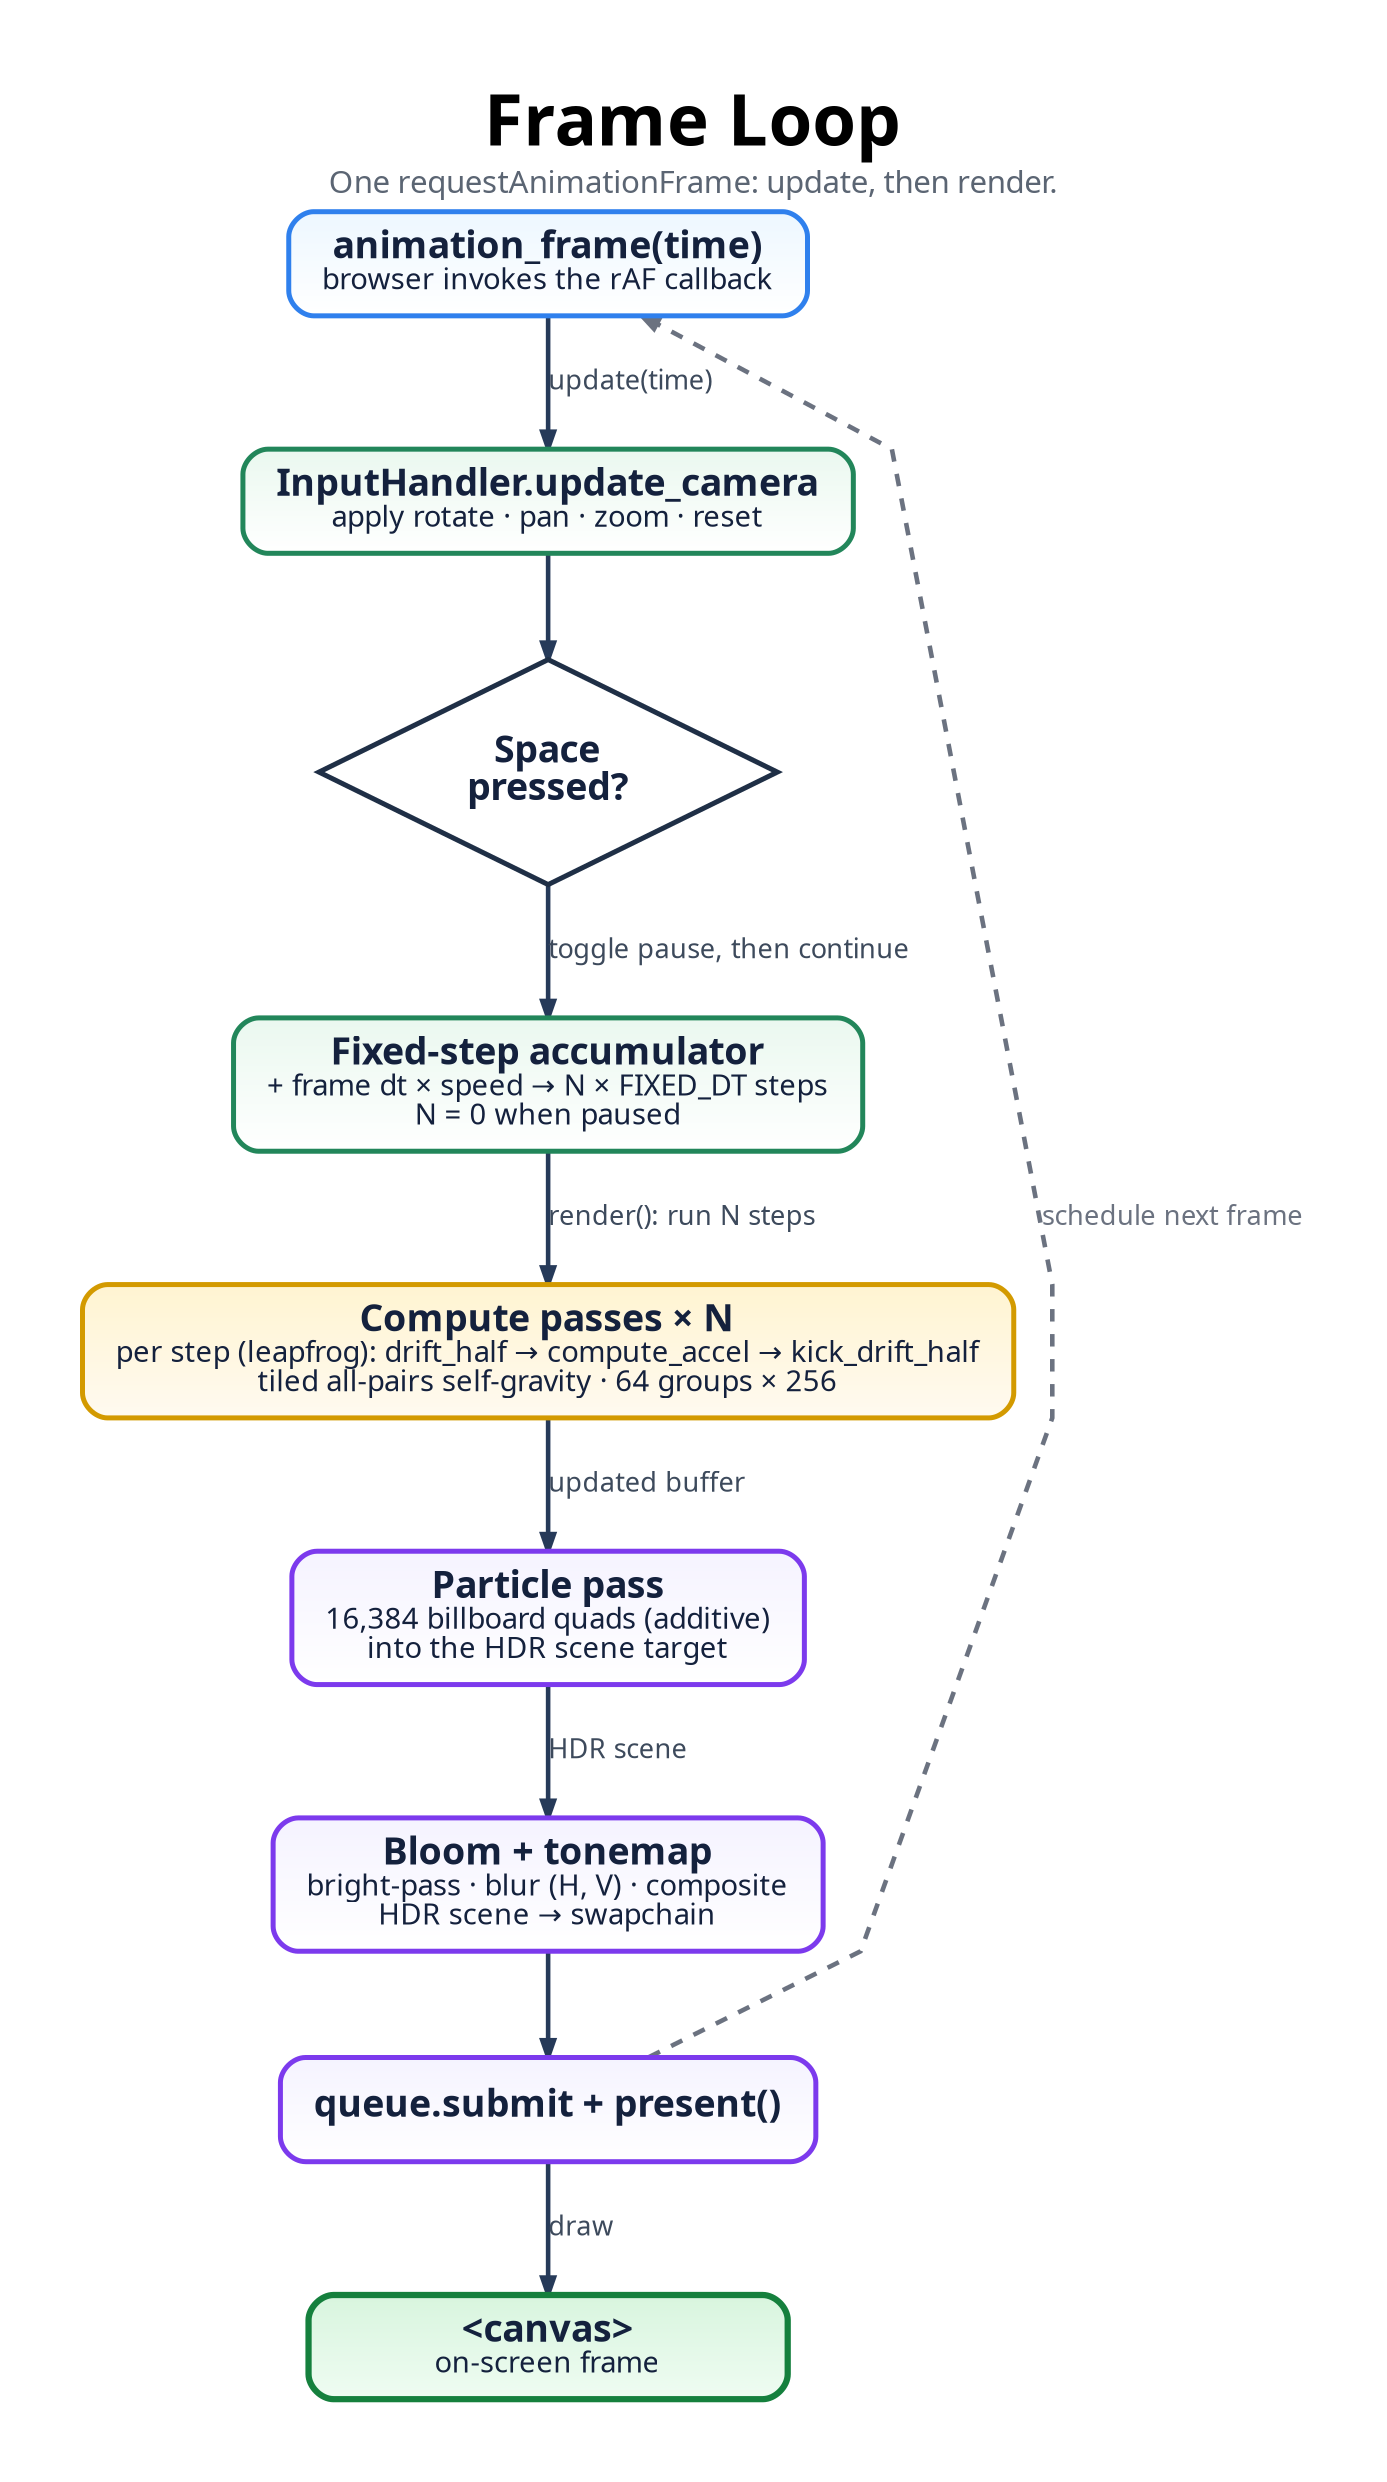
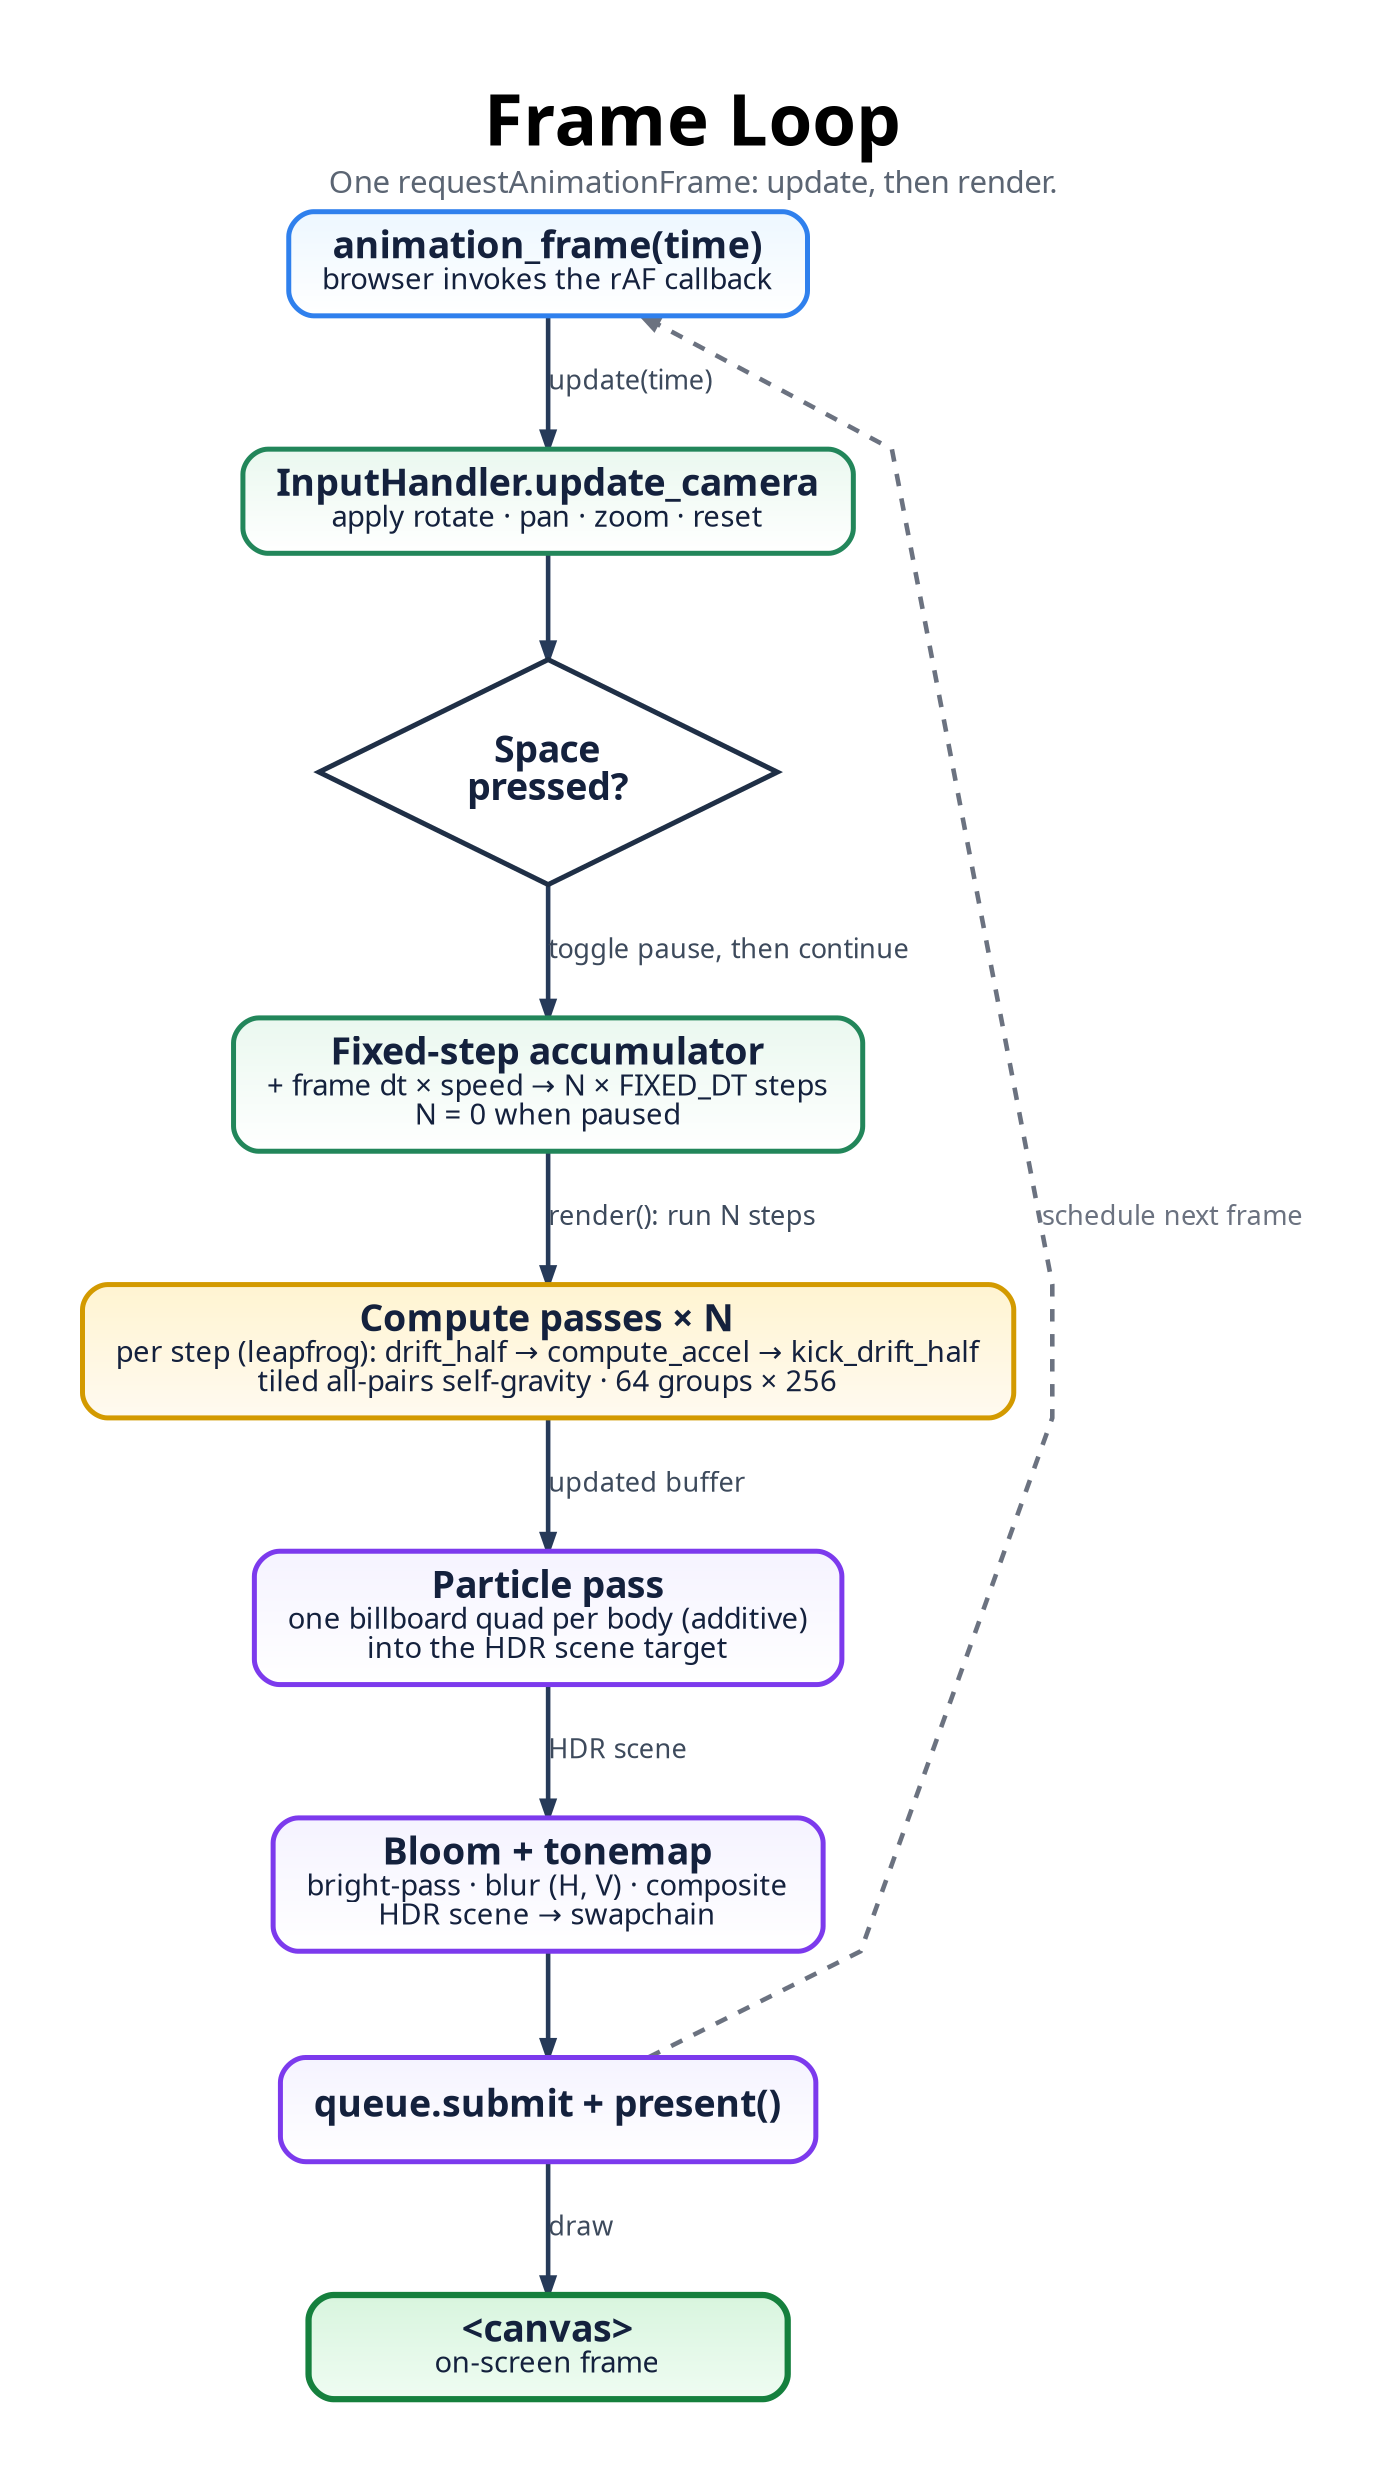
digraph FrameLoop {
  graph [
    rankdir=TB,
    bgcolor="#ffffff",
    pad="0.55",
    nodesep="0.5",
    ranksep="0.7",
    splines=polyline,
    outputorder=edgesfirst,
    newrank=true,
    forcelabels=true,
    fontname="Avenir",
    label=<
      <TABLE BORDER="0" CELLBORDER="0" CELLSPACING="0" CELLPADDING="0">
        <TR><TD><FONT POINT-SIZE="34"><B>Frame Loop</B></FONT></TD></TR>
        <TR><TD><FONT POINT-SIZE="15" COLOR="#5b6573">One requestAnimationFrame: update, then render.</FONT></TD></TR>
      </TABLE>
    >,
    labelloc=t,
    labeljust=c
  ];

  node [
    shape=box,
    style="rounded,filled",
    margin="0.22,0.13",
    width=3.2,
    height=0.7,
    fontname="Avenir",
    fontsize=18,
    penwidth=2.4,
    fontcolor="#14213d",
    color="#2264c7",
    fillcolor="#eaf3ff:#ffffff",
    gradientangle=270
  ];

  edge [
    color="#263a59",
    fontname="Avenir",
    fontsize=13,
    fontcolor="#3d4a5c",
    penwidth=2.2,
    arrowsize=0.8
  ];

  START [label=<<B>animation_frame(time)</B><BR/><FONT POINT-SIZE="14">browser invokes the rAF callback</FONT>>, fillcolor="#edf7ff:#ffffff", color="#2f80ed"];

  // update phase (green)
  U1 [label=<<B>InputHandler.update_camera</B><BR/><FONT POINT-SIZE="14">apply rotate · pan · zoom · reset</FONT>>, fillcolor="#eaf8ef:#ffffff", color="#22865a"];
  U2 [shape=diamond, style=filled, fillcolor="#ffffff", color="#1f2f46", penwidth=2.4, width=2.4, height=1.05, label=<<B>Space<BR/>pressed?</B>>];
  U3 [label=<<B>Fixed-step accumulator</B><BR/><FONT POINT-SIZE="14">+ frame dt × speed → N × FIXED_DT steps<BR/>N = 0 when paused</FONT>>, fillcolor="#eaf8ef:#ffffff", color="#22865a"];

  // render phase
  CP [label=<<B>Compute passes × N</B><BR/><FONT POINT-SIZE="14">per step (leapfrog): drift_half → compute_accel → kick_drift_half<BR/>tiled all-pairs self-gravity · 64 groups × 256</FONT>>, fillcolor="#fff4d1:#fffaf0", color="#d39a00"];
-   RP [label=<<B>Particle pass</B><BR/><FONT POINT-SIZE="14">16,384 billboard quads (additive)<BR/>into the HDR scene target</FONT>>, fillcolor="#f5f3ff:#ffffff", color="#7c3aed"];
+   RP [label=<<B>Particle pass</B><BR/><FONT POINT-SIZE="14">one billboard quad per body (additive)<BR/>into the HDR scene target</FONT>>, fillcolor="#f5f3ff:#ffffff", color="#7c3aed"];
  BLOOM [label=<<B>Bloom + tonemap</B><BR/><FONT POINT-SIZE="14">bright-pass · blur (H, V) · composite<BR/>HDR scene → swapchain</FONT>>, fillcolor="#f5f3ff:#ffffff", color="#7c3aed"];
  PRES [label=<<B>queue.submit + present()</B>>, fillcolor="#f5f3ff:#ffffff", color="#7c3aed"];

  CANVAS [label=<<B>&lt;canvas&gt;</B><BR/><FONT POINT-SIZE="14">on-screen frame</FONT>>, fillcolor="#d8f5de:#effcf2", color="#15803d", penwidth=3.0];

  START -> U1 [label="update(time)"];
  U1 -> U2;
  U2 -> U3 [label="toggle pause, then continue"];
  U3 -> CP [label="render(): run N steps"];
  CP -> RP [label="updated buffer"];
  RP -> BLOOM [label="HDR scene"];
  BLOOM -> PRES;
  PRES -> CANVAS [label="draw"];

  PRES -> START [label="schedule next frame", color="#6b7280", fontcolor="#6b7280", style=dashed, constraint=false];
}
